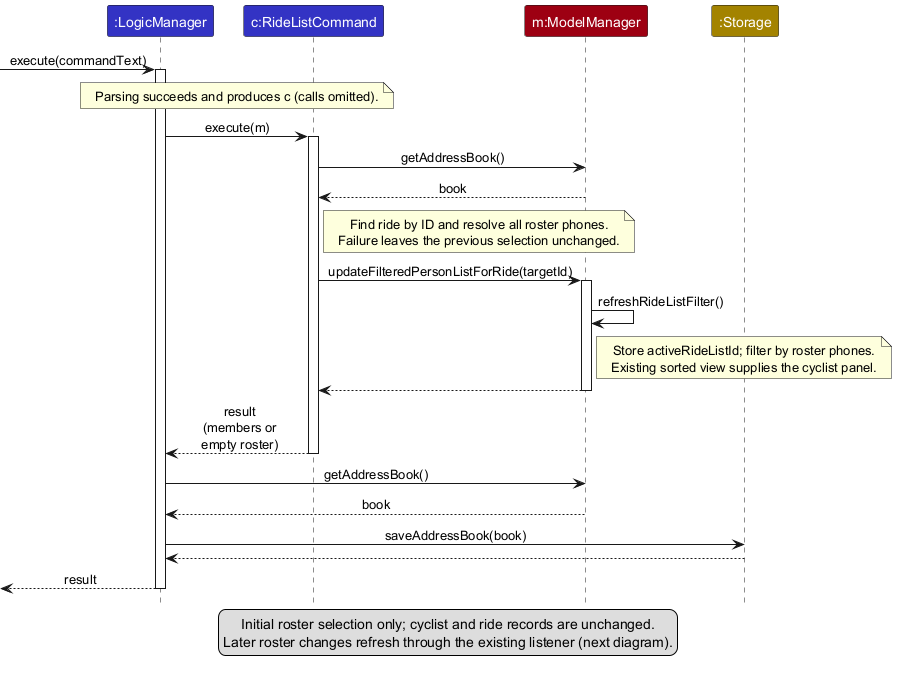
Above: docs/images/RideListSequenceDiagram.png in AY2627S1-CS2103T-W11-1/tp (PlantUML), before the change.
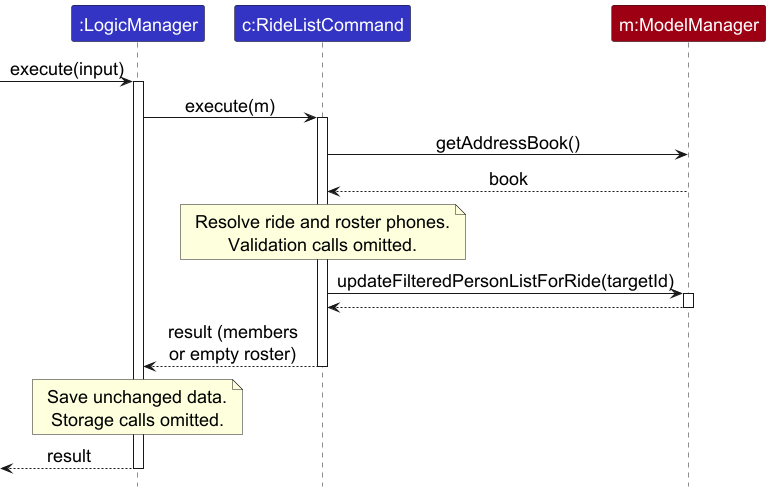
Above is the later version.

Change to the diagram source:
```diff
@@ -1,38 +1,31 @@
 @startuml
 !include style.puml
 skinparam ArrowFontStyle plain
-skinparam maxMessageSize 80
+skinparam defaultFontSize 18
+skinparam ParticipantFontSize 18
+skinparam ArrowFontSize 18
+skinparam NoteFontSize 18
+skinparam maxMessageSize 140
 hide footbox
 participant ":LogicManager" as Logic LOGIC_COLOR
 participant "c:RideListCommand" as Command LOGIC_COLOR
 participant "m:ModelManager" as Model MODEL_COLOR
-participant ":Storage" as Storage STORAGE_COLOR
 
-[-> Logic : execute(commandText)
+[-> Logic : execute(input)
 activate Logic
-note over Logic, Command : Parsing succeeds and produces c (calls omitted).
 Logic -> Command : execute(m)
 activate Command
 Command -> Model : getAddressBook()
 Model --> Command : book
-note right of Command : Find ride by ID and resolve all roster phones.\nFailure leaves the previous selection unchanged.
+note over Command : Resolve ride and roster phones.\nValidation calls omitted.
 Command -> Model : updateFilteredPersonListForRide(targetId)
 activate Model
-Model -> Model : refreshRideListFilter()
-note right of Model : Store activeRideListId; filter by roster phones.\nExisting sorted view supplies the cyclist panel.
 Model --> Command
 deactivate Model
 Command --> Logic : result (members or empty roster)
 deactivate Command
-Logic -> Model : getAddressBook()
-Model --> Logic : book
-Logic -> Storage : saveAddressBook(book)
-Storage --> Logic
+note over Logic : Save unchanged data.\nStorage calls omitted.
 [<-- Logic : result
 deactivate Logic
 
-legend bottom
-  Initial roster selection only; cyclist and ride records are unchanged.
-  Later roster changes refresh through the existing listener (next diagram).
-endlegend
 @enduml
```
